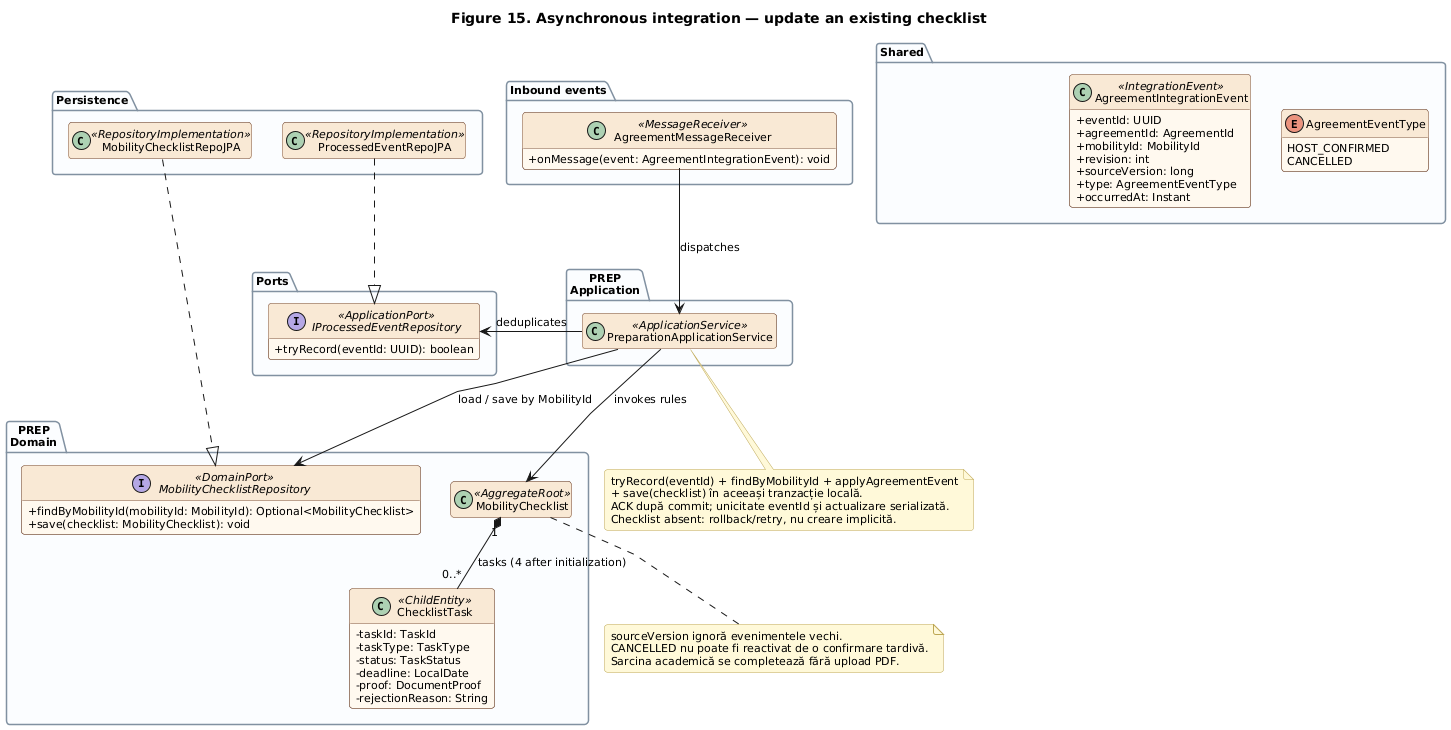
Before: models/diagrams-png/Figura15-Outbox-Consumer-Integration.png, a diagram exported from PlantUML (prigo929/erasmus-mobility-platform).
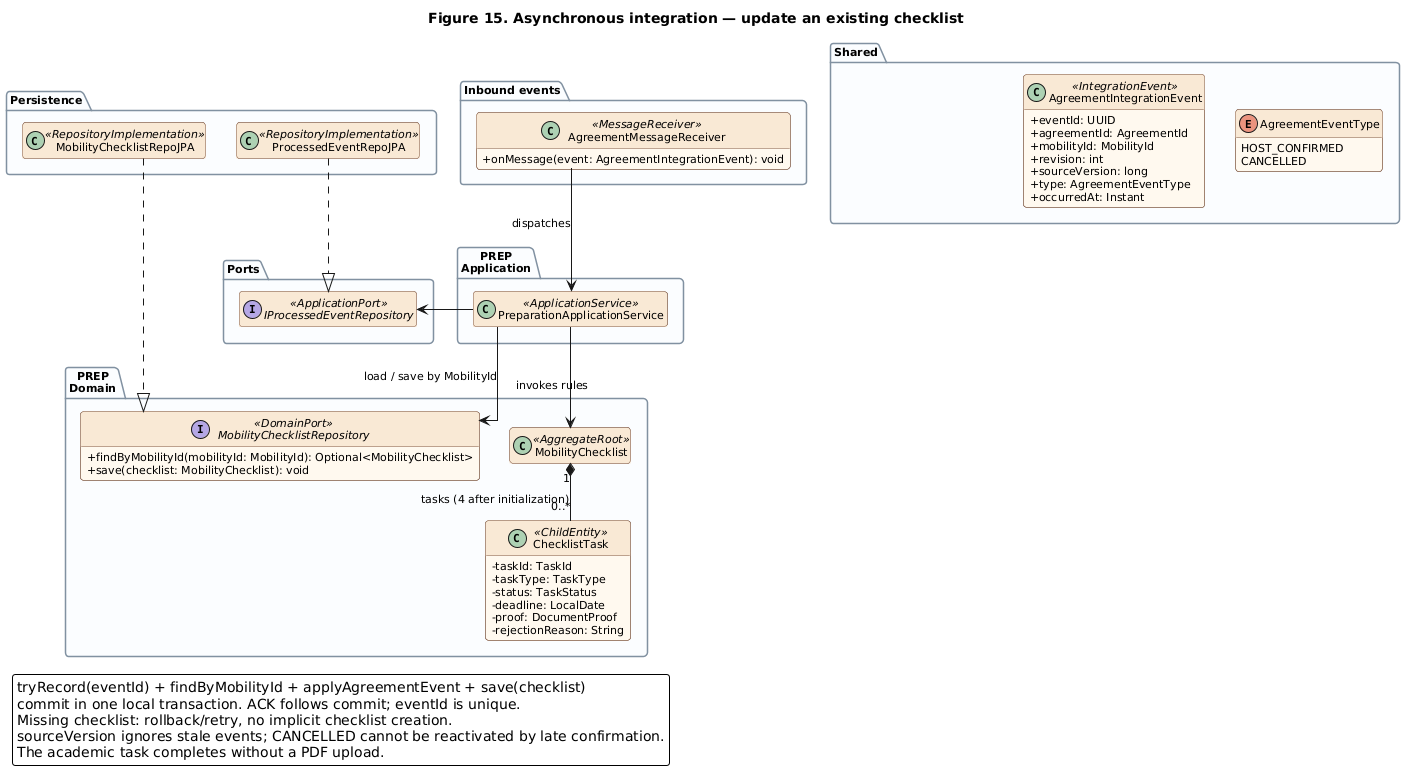
The same file after the commit.

The edit, as a diff of the source:
```diff
@@ -1,6 +1,8 @@
 @startuml
 title Figure 15. Asynchronous integration — update an existing checklist
+!define EMP_FIG15_COMPACT
 !include common/style.puml
+skinparam linetype ortho
 !include common/preparation-architecture.puml
 remove Commands
 remove MobilityChecklistWebController
@@ -29,17 +31,14 @@
 hide MobilityChecklistRepoJPA members
 hide ProcessedEventRepoJPA members
 hide ChecklistTask methods
-note bottom of PreparationApplicationService
-  tryRecord(eventId) + findByMobilityId + applyAgreementEvent
-  + save(checklist) în aceeași tranzacție locală.
-  ACK după commit; unicitate eventId și actualizare serializată.
-  Checklist absent: rollback/retry, nu creare implicită.
-end note
-note bottom of MobilityChecklist
-  sourceVersion ignoră evenimentele vechi.
-  CANCELLED nu poate fi reactivat de o confirmare tardivă.
-  Sarcina academică se completează fără upload PDF.
-end note
+hide IProcessedEventRepository members
+legend bottom left
+  tryRecord(eventId) + findByMobilityId + applyAgreementEvent + save(checklist)
+  commit in one local transaction. ACK follows commit; eventId is unique.
+  Missing checklist: rollback/retry, no implicit checklist creation.
+  sourceVersion ignores stale events; CANCELLED cannot be reactivated by late confirmation.
+  The academic task completes without a PDF upload.
+endlegend
 
 remove PreparationPresentation
 @enduml
```
